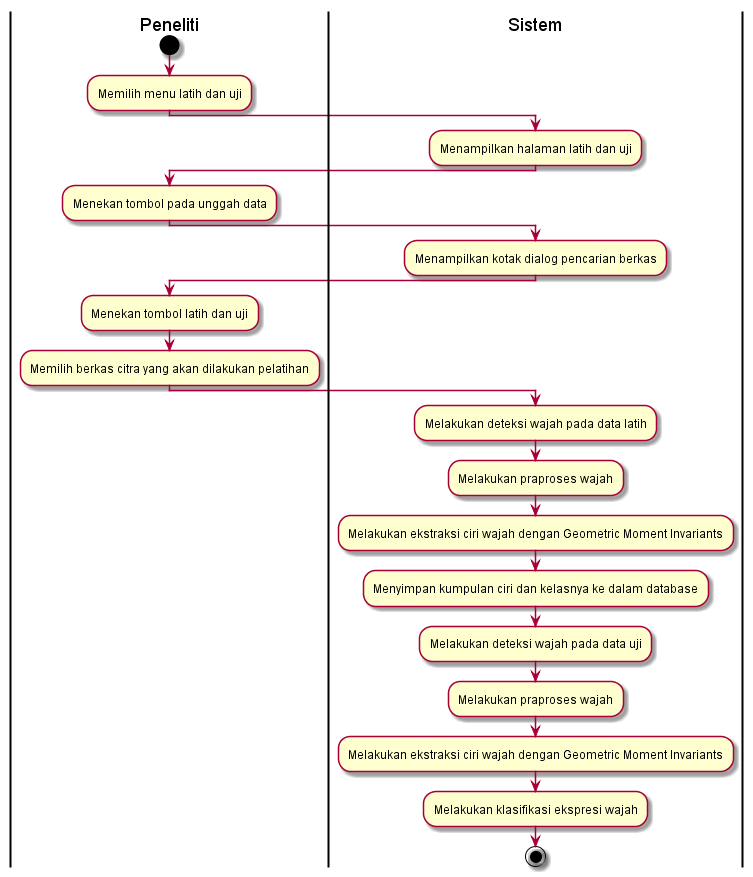
Above: diagram/AD_klasifikasi.png in ayulestari10/gmisvm (PlantUML), before the change.
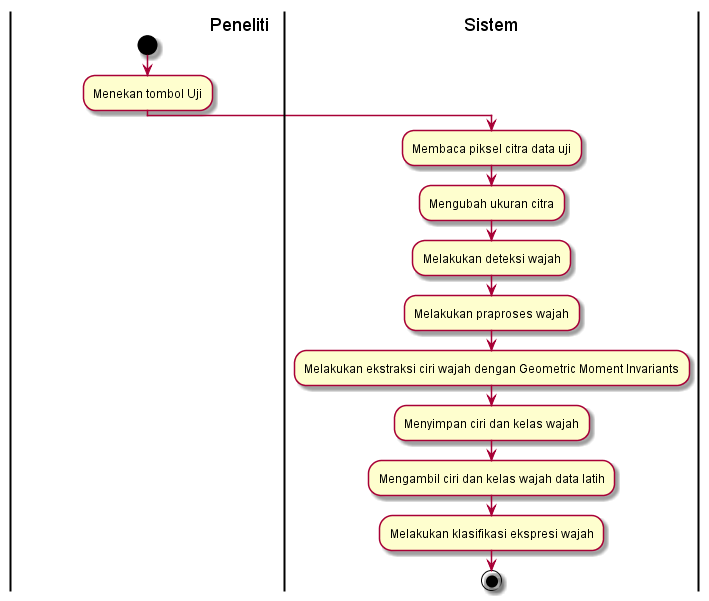
The same file after the commit.

The edit, as a diff of the source:
```diff
@@ -1,34 +1,18 @@
 @startuml
-| Peneliti |
+|                                      Peneliti |
 start
+:Menekan tombol Uji;
+| Sistem |
+:Membaca piksel citra data uji;
+:Mengubah ukuran citra;
+:Melakukan deteksi wajah;
+:Melakukan praproses wajah;
+:Melakukan ekstraksi ciri wajah dengan Geometric Moment Invariants;
+:Menyimpan ciri dan kelas wajah;
+:Mengambil ciri dan kelas wajah data latih;
+:Melakukan klasifikasi ekspresi wajah;
 
-:Memilih menu latih dan uji;
-| Sistem |
-:Menampilkan halaman latih dan uji;
-| Peneliti |
-:Menekan tombol pada unggah data;
-| Sistem |
-:Menampilkan kotak dialog pencarian berkas;
-| Peneliti |
-:Menekan tombol latih dan uji;
-| Peneliti |
-:Memilih berkas citra yang akan dilakukan pelatihan;
-| Sistem |
-:Melakukan deteksi wajah pada data latih;
-| Sistem |
-:Melakukan praproses wajah;
-| Sistem |
-:Melakukan ekstraksi ciri wajah dengan Geometric Moment Invariants;
-| Sistem |
-:Menyimpan kumpulan ciri dan kelasnya ke dalam database;
-| Sistem |
-:Melakukan deteksi wajah pada data uji;
-| Sistem |
-:Melakukan praproses wajah;
-| Sistem |
-:Melakukan ekstraksi ciri wajah dengan Geometric Moment Invariants;
-| Sistem |
-:Melakukan klasifikasi ekspresi wajah;
+
 
 stop
 @enduml
```
